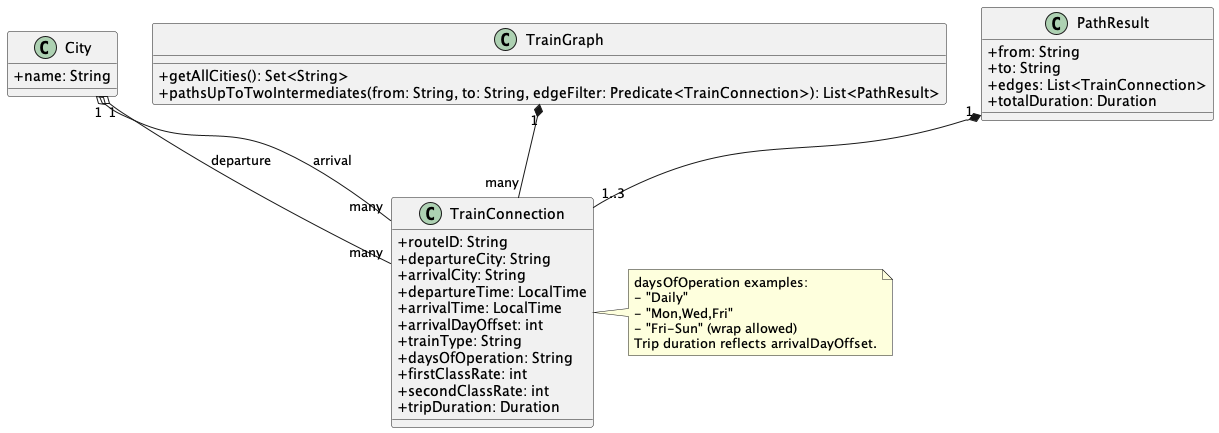
The PlantUML diagram src/Iteration_1/docs/images/domain model.png in SamuelVachon/SOEN342, before a commit.
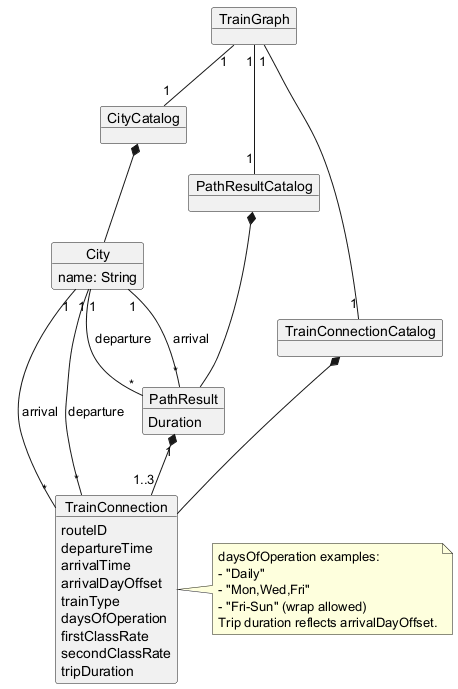
Later version of the same file.

What changed in the source:
```diff
@@ -1,39 +1,54 @@
 @startuml domain model
 skinparam classAttributeIconSize 0
 
-class City {
-  +name: String
+object City {
+  name: String
 }
 
-class TrainConnection {
-  +routeID: String
-  +departureCity: String
-  +arrivalCity: String
-  +departureTime: LocalTime
-  +arrivalTime: LocalTime
-  +arrivalDayOffset: int
-  +trainType: String
-  +daysOfOperation: String
-  +firstClassRate: int
-  +secondClassRate: int
-  +tripDuration: Duration
+object CityCatalog{
+
 }
 
-class TrainGraph {
-  +getAllCities(): Set<String>
-  +pathsUpToTwoIntermediates(from: String, to: String, edgeFilter: Predicate<TrainConnection>): List<PathResult>
+object TrainConnectionCatalog{
+
 }
 
-class PathResult {
-  +from: String
-  +to: String
-  +edges: List<TrainConnection>
-  +totalDuration: Duration
+object TrainConnection {
+  routeID
+  departureTime
+  arrivalTime
+  arrivalDayOffset
+  trainType
+  daysOfOperation
+  firstClassRate
+  secondClassRate
+  tripDuration
 }
 
-City "1" o-- "many" TrainConnection : departure
-City "1" o-- "many" TrainConnection : arrival
-TrainGraph "1" *-- "many" TrainConnection
+
+object TrainGraph {
+
+}
+
+object PathResultCatalog{
+
+}
+
+object PathResult {
+  Duration
+}
+
+
+PathResultCatalog *-- PathResult
+TrainConnectionCatalog *-- TrainConnection
+CityCatalog *-- City
+City "1" -- "*" TrainConnection : departure
+City "1" -- "*" TrainConnection : arrival
+City "1" -- "*" PathResult : departure
+City "1" -- "*" PathResult : arrival
+TrainGraph "1" --  "1" TrainConnectionCatalog
+TrainGraph "1" --  "1" PathResultCatalog
+TrainGraph "1" --  "1" CityCatalog
 PathResult "1" *-- "1..3" TrainConnection
 
 note right of TrainConnection
```
